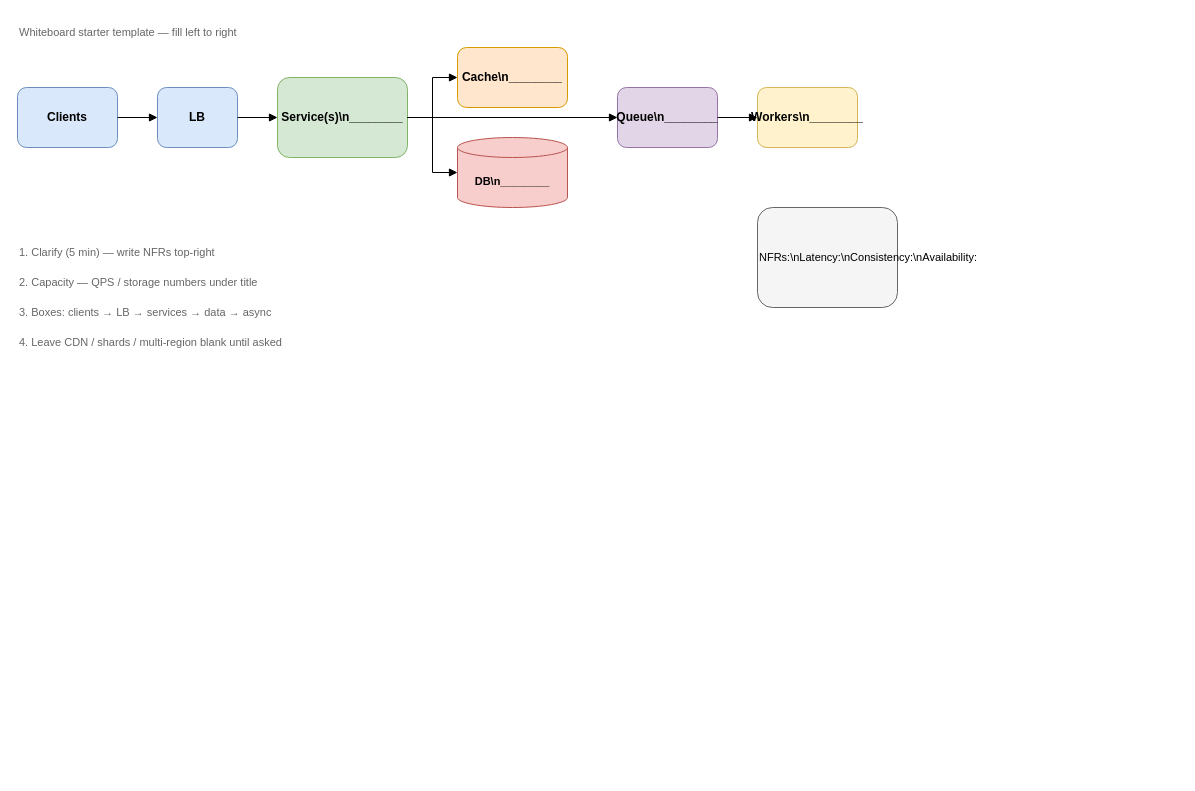
The draw.io diagram diagrams/whiteboard-starter-template.drawio in yazeedsawalha/system-design, before the edit. Source tidied: cells renumbered, new cells numbered last; positions are measured from the earlier drawing's top-left corner, leaving out a move shared by most shapes. Both pictures are drawn from the tidied source at 100%, with x=0, y=0 at pixel (17, 17).
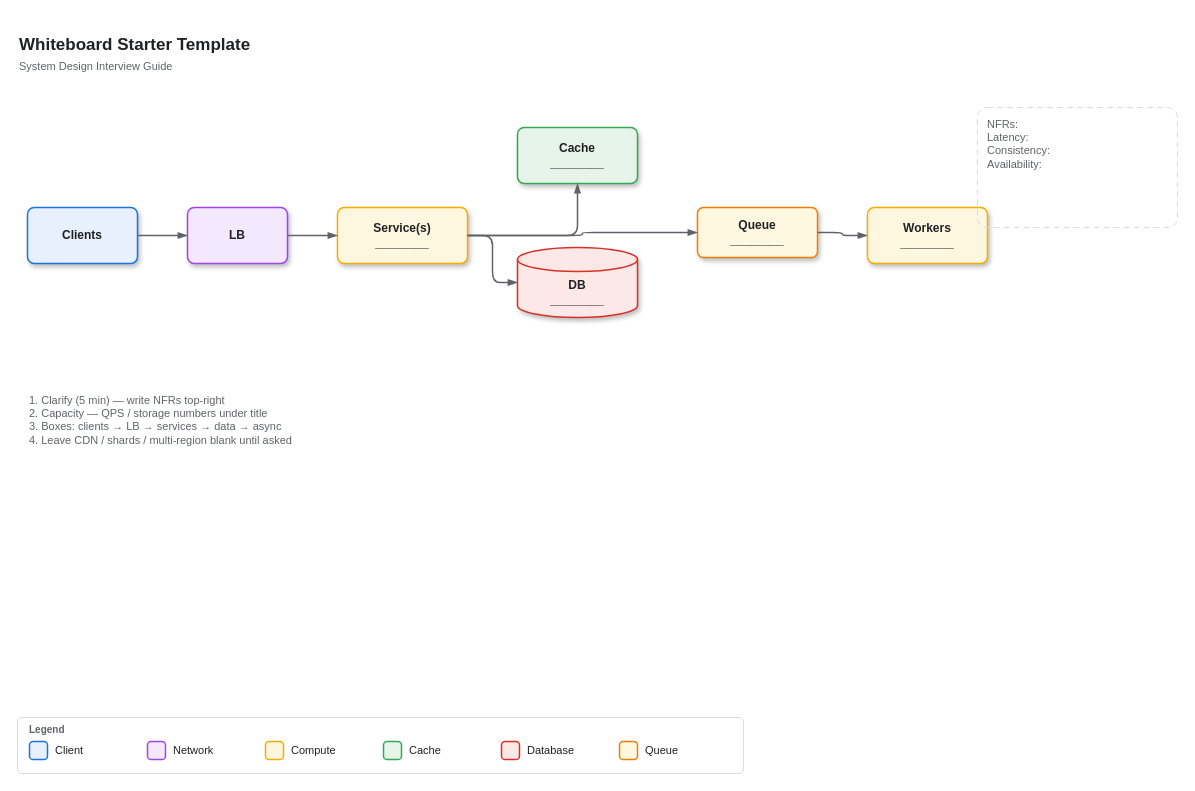
Above is the later version.

Change to the diagram source:
```diff
@@
-<mxGraphModel>
+<mxGraphModel background="#ffffff">
@@
-    <mxCell id="2" value="Whiteboard starter template — fill left to right" style="text;html=1;strokeColor=none;fillColor=none;align=left;verticalAlign=middle;whiteSpace=wrap;rounded=0;fontSize=11;fontColor=#666666;" parent="1" vertex="1">
-      <mxGeometry width="420" height="30" as="geometry" />
-    </mxCell>
+    <mxCell id="21" value="Whiteboard Starter Template" style="text;html=1;strokeColor=none;fillColor=none;align=left;verticalAlign=middle;whiteSpace=wrap;rounded=0;fontSize=17;fontStyle=1;fontFamily=Helvetica;fontColor=#202124;" parent="1" vertex="1">
+      <mxGeometry y="14" width="700" height="28" as="geometry" />
+    </mxCell>
+    <mxCell id="22" value="System Design Interview Guide" style="text;html=1;strokeColor=none;fillColor=none;align=left;verticalAlign=middle;whiteSpace=wrap;rounded=0;fontSize=11;fontFamily=Helvetica;fontColor=#5F6368;" parent="1" vertex="1">
+      <mxGeometry y="40" width="280" height="18" as="geometry" />
+    </mxCell>
-    <mxCell id="3" value="Clients" style="rounded=1;whiteSpace=wrap;html=1;fillColor=#dae8fc;strokeColor=#6c8ebf;fontStyle=1;fontSize=12;" parent="1" vertex="1">
-      <mxGeometry y="70" width="100" height="60" as="geometry" />
+    <mxCell id="3" value="Clients" style="rounded=1;whiteSpace=wrap;html=1;arcSize=12;fillColor=#E8F0FE;strokeColor=#1A73E8;strokeWidth=1.5;fontStyle=1;fontSize=12;fontFamily=Helvetica;fontColor=#202124;shadow=1;" parent="1" vertex="1">
+      <mxGeometry x="10" y="190" width="110" height="56" as="geometry" />
     </mxCell>
-    <mxCell id="4" value="LB" style="rounded=1;whiteSpace=wrap;html=1;fillColor=#dae8fc;strokeColor=#6c8ebf;fontStyle=1;fontSize=12;" parent="1" vertex="1">
-      <mxGeometry x="140" y="70" width="80" height="60" as="geometry" />
+    <mxCell id="4" value="LB" style="rounded=1;whiteSpace=wrap;html=1;arcSize=12;fillColor=#F3E8FD;strokeColor=#A142F4;strokeWidth=1.5;fontStyle=1;fontSize=12;fontFamily=Helvetica;fontColor=#202124;shadow=1;" parent="1" vertex="1">
+      <mxGeometry x="170" y="190" width="100" height="56" as="geometry" />
     </mxCell>
-    <mxCell id="5" value="Service(s)\n________" style="rounded=1;whiteSpace=wrap;html=1;fillColor=#d5e8d4;strokeColor=#82b366;fontStyle=1;fontSize=12;" parent="1" vertex="1">
-      <mxGeometry x="260" y="60" width="130" height="80" as="geometry" />
-    </mxCell>
-    <mxCell id="6" value="Cache\n________" style="rounded=1;whiteSpace=wrap;html=1;fillColor=#ffe6cc;strokeColor=#d79b00;fontStyle=1;fontSize=12;" parent="1" vertex="1">
-      <mxGeometry x="440" y="30" width="110" height="60" as="geometry" />
-    </mxCell>
-    <mxCell id="7" value="DB\n________" style="shape=cylinder3;whiteSpace=wrap;html=1;boundedLbl=1;backgroundOutline=1;size=10;fillColor=#f8cecc;strokeColor=#b85450;fontStyle=1;fontSize=11;" parent="1" vertex="1">
-      <mxGeometry x="440" y="120" width="110" height="70" as="geometry" />
-    </mxCell>
-    <mxCell id="8" value="Queue\n________" style="rounded=1;whiteSpace=wrap;html=1;fillColor=#e1d5e7;strokeColor=#9673a6;fontStyle=1;fontSize=12;" parent="1" vertex="1">
-      <mxGeometry x="600" y="70" width="100" height="60" as="geometry" />
-    </mxCell>
-    <mxCell id="9" value="Workers\n________" style="rounded=1;whiteSpace=wrap;html=1;fillColor=#fff2cc;strokeColor=#d6b656;fontStyle=1;fontSize=12;" parent="1" vertex="1">
-      <mxGeometry x="740" y="70" width="100" height="60" as="geometry" />
-    </mxCell>
-    <mxCell id="10" value="1. Clarify (5 min) — write NFRs top-right" style="text;html=1;strokeColor=none;fillColor=none;align=left;verticalAlign=middle;whiteSpace=wrap;rounded=0;fontSize=11;fontColor=#666666;" parent="1" vertex="1">
-      <mxGeometry y="220" width="360" height="30" as="geometry" />
-    </mxCell>
-    <mxCell id="11" value="2. Capacity — QPS / storage numbers under title" style="text;html=1;strokeColor=none;fillColor=none;align=left;verticalAlign=middle;whiteSpace=wrap;rounded=0;fontSize=11;fontColor=#666666;" parent="1" vertex="1">
-      <mxGeometry y="250" width="360" height="30" as="geometry" />
-    </mxCell>
-    <mxCell id="12" value="3. Boxes: clients → LB → services → data → async" style="text;html=1;strokeColor=none;fillColor=none;align=left;verticalAlign=middle;whiteSpace=wrap;rounded=0;fontSize=11;fontColor=#666666;" parent="1" vertex="1">
-      <mxGeometry y="280" width="380" height="30" as="geometry" />
-    </mxCell>
-    <mxCell id="13" value="4. Leave CDN / shards / multi-region blank until asked" style="text;html=1;strokeColor=none;fillColor=none;align=left;verticalAlign=middle;whiteSpace=wrap;rounded=0;fontSize=11;fontColor=#666666;" parent="1" vertex="1">
-      <mxGeometry y="310" width="400" height="30" as="geometry" />
-    </mxCell>
-    <mxCell id="14" value="NFRs:\nLatency:\nConsistency:\nAvailability:" style="rounded=1;whiteSpace=wrap;html=1;fillColor=#f5f5f5;strokeColor=#666666;align=left;fontSize=11;" parent="1" vertex="1">
-      <mxGeometry x="740" y="190" width="140" height="100" as="geometry" />
-    </mxCell>
+    <mxCell id="23" value="Service(s)&#10;________" style="rounded=1;whiteSpace=wrap;html=1;arcSize=12;fillColor=#FEF7E0;strokeColor=#F9AB00;strokeWidth=1.5;fontStyle=1;fontSize=12;fontFamily=Helvetica;fontColor=#202124;shadow=1;" parent="1" vertex="1">
+      <mxGeometry x="320" y="190" width="130" height="56" as="geometry" />
+    </mxCell>
+    <mxCell id="24" value="Cache&#10;________" style="rounded=1;whiteSpace=wrap;html=1;arcSize=12;fillColor=#E6F4EA;strokeColor=#34A853;strokeWidth=1.5;fontStyle=1;fontSize=12;fontFamily=Helvetica;fontColor=#202124;shadow=1;" parent="1" vertex="1">
+      <mxGeometry x="500" y="110" width="120" height="56" as="geometry" />
+    </mxCell>
+    <mxCell id="25" value="DB&#10;________" style="shape=cylinder3;whiteSpace=wrap;html=1;boundedLbl=1;backgroundOutline=1;size=12;fillColor=#FCE8E6;strokeColor=#D93025;strokeWidth=1.5;fontStyle=1;fontSize=12;fontFamily=Helvetica;fontColor=#202124;shadow=1;" parent="1" vertex="1">
+      <mxGeometry x="500" y="230" width="120" height="70" as="geometry" />
+    </mxCell>
+    <mxCell id="26" value="Queue&#10;________" style="rounded=1;whiteSpace=wrap;html=1;arcSize=12;fillColor=#FFF8E1;strokeColor=#F57C00;strokeWidth=1.5;fontStyle=1;fontSize=12;fontFamily=Helvetica;fontColor=#202124;shadow=1;" parent="1" vertex="1">
+      <mxGeometry x="680" y="190" width="120" height="50" as="geometry" />
+    </mxCell>
+    <mxCell id="27" value="Workers&#10;________" style="rounded=1;whiteSpace=wrap;html=1;arcSize=12;fillColor=#FEF7E0;strokeColor=#F9AB00;strokeWidth=1.5;fontStyle=1;fontSize=12;fontFamily=Helvetica;fontColor=#202124;shadow=1;" parent="1" vertex="1">
+      <mxGeometry x="850" y="190" width="120" height="56" as="geometry" />
+    </mxCell>
-    <mxCell id="15" style="edgeStyle=orthogonalEdgeStyle;rounded=0;jettySize=auto;html=1;endArrow=block;endFill=1;" parent="1" edge="1" source="3" target="4">
+    <mxCell id="15" style="edgeStyle=orthogonalEdgeStyle;rounded=1;jettySize=auto;html=1;endArrow=blockThin;endFill=1;strokeWidth=1.5;strokeColor=#5F6368;fontFamily=Helvetica;fontSize=10;fontColor=#5F6368;" parent="1" edge="1" source="3" target="4">
       <mxGeometry relative="1" as="geometry" />
     </mxCell>
-    <mxCell id="16" style="edgeStyle=orthogonalEdgeStyle;rounded=0;jettySize=auto;html=1;endArrow=block;endFill=1;" parent="1" edge="1" source="4" target="5">
-      <mxGeometry relative="1" as="geometry" />
-    </mxCell>
-    <mxCell id="17" style="edgeStyle=orthogonalEdgeStyle;rounded=0;jettySize=auto;html=1;endArrow=block;endFill=1;" parent="1" edge="1" source="5" target="6">
-      <mxGeometry relative="1" as="geometry" />
-    </mxCell>
-    <mxCell id="18" style="edgeStyle=orthogonalEdgeStyle;rounded=0;jettySize=auto;html=1;endArrow=block;endFill=1;" parent="1" edge="1" source="5" target="7">
-      <mxGeometry relative="1" as="geometry" />
-    </mxCell>
-    <mxCell id="19" style="edgeStyle=orthogonalEdgeStyle;rounded=0;jettySize=auto;html=1;endArrow=block;endFill=1;" parent="1" edge="1" source="5" target="8">
-      <mxGeometry relative="1" as="geometry" />
-    </mxCell>
-    <mxCell id="20" style="edgeStyle=orthogonalEdgeStyle;rounded=0;jettySize=auto;html=1;endArrow=block;endFill=1;" parent="1" edge="1" source="8" target="9">
-      <mxGeometry relative="1" as="geometry" />
-    </mxCell>
+    <mxCell id="28" style="edgeStyle=orthogonalEdgeStyle;rounded=1;jettySize=auto;html=1;endArrow=blockThin;endFill=1;strokeWidth=1.5;strokeColor=#5F6368;fontFamily=Helvetica;fontSize=10;fontColor=#5F6368;" parent="1" edge="1" source="4" target="23">
+      <mxGeometry relative="1" as="geometry" />
+    </mxCell>
+    <mxCell id="29" style="edgeStyle=orthogonalEdgeStyle;rounded=1;jettySize=auto;html=1;endArrow=blockThin;endFill=1;strokeWidth=1.5;strokeColor=#5F6368;fontFamily=Helvetica;fontSize=10;fontColor=#5F6368;" parent="1" edge="1" source="23" target="24">
+      <mxGeometry relative="1" as="geometry" />
+    </mxCell>
+    <mxCell id="30" style="edgeStyle=orthogonalEdgeStyle;rounded=1;jettySize=auto;html=1;endArrow=blockThin;endFill=1;strokeWidth=1.5;strokeColor=#5F6368;fontFamily=Helvetica;fontSize=10;fontColor=#5F6368;" parent="1" edge="1" source="23" target="25">
+      <mxGeometry relative="1" as="geometry" />
+    </mxCell>
+    <mxCell id="31" style="edgeStyle=orthogonalEdgeStyle;rounded=1;jettySize=auto;html=1;endArrow=blockThin;endFill=1;strokeWidth=1.5;strokeColor=#5F6368;fontFamily=Helvetica;fontSize=10;fontColor=#5F6368;" parent="1" edge="1" source="23" target="26">
+      <mxGeometry relative="1" as="geometry" />
+    </mxCell>
+    <mxCell id="32" style="edgeStyle=orthogonalEdgeStyle;rounded=1;jettySize=auto;html=1;endArrow=blockThin;endFill=1;strokeWidth=1.5;strokeColor=#5F6368;fontFamily=Helvetica;fontSize=10;fontColor=#5F6368;" parent="1" edge="1" source="26" target="27">
+      <mxGeometry relative="1" as="geometry" />
+    </mxCell>
+    <mxCell id="33" value="NFRs:&#10;Latency:&#10;Consistency:&#10;Availability:" style="rounded=1;whiteSpace=wrap;html=1;arcSize=8;fillColor=none;strokeColor=#DADCE0;strokeWidth=1;dashed=1;dashPattern=6 4;verticalAlign=top;fontStyle=0;fontSize=11;fontFamily=Helvetica;fontColor=#5F6368;align=left;spacingLeft=8;spacingTop=4;" parent="1" vertex="1">
+      <mxGeometry x="960" y="90" width="200" height="120" as="geometry" />
+    </mxCell>
+    <mxCell id="34" value="1. Clarify (5 min) — write NFRs top-right&#10;2. Capacity — QPS / storage numbers under title&#10;3. Boxes: clients → LB → services → data → async&#10;4. Leave CDN / shards / multi-region blank until asked" style="text;html=1;strokeColor=none;fillColor=none;align=left;verticalAlign=top;whiteSpace=wrap;rounded=0;fontSize=11;fontFamily=Helvetica;fontColor=#5F6368;" parent="1" vertex="1">
+      <mxGeometry x="10" y="370" width="620" height="90" as="geometry" />
+    </mxCell>
+    <mxCell id="35" style="rounded=1;whiteSpace=wrap;html=1;arcSize=8;fillColor=#FFFFFF;strokeColor=#DADCE0;strokeWidth=1;shadow=0;" parent="1" vertex="1">
+      <mxGeometry y="700" width="726" height="56" as="geometry" />
+    </mxCell>
+    <mxCell id="36" value="Legend" style="text;html=1;strokeColor=none;fillColor=none;align=left;verticalAlign=middle;fontSize=10;fontStyle=1;fontFamily=Helvetica;fontColor=#5F6368;" parent="1" vertex="1">
+      <mxGeometry x="10" y="704" width="60" height="16" as="geometry" />
+    </mxCell>
+    <mxCell id="37" style="rounded=1;whiteSpace=wrap;html=1;arcSize=20;fillColor=#E8F0FE;strokeColor=#1A73E8;strokeWidth=1.5;" parent="1" vertex="1">
+      <mxGeometry x="12" y="724" width="18" height="18" as="geometry" />
+    </mxCell>
+    <mxCell id="38" value="Client" style="text;html=1;strokeColor=none;fillColor=none;align=left;verticalAlign=middle;fontSize=11;fontFamily=Helvetica;fontColor=#202124;" parent="1" vertex="1">
+      <mxGeometry x="36" y="722" width="90" height="22" as="geometry" />
+    </mxCell>
+    <mxCell id="39" style="rounded=1;whiteSpace=wrap;html=1;arcSize=20;fillColor=#F3E8FD;strokeColor=#A142F4;strokeWidth=1.5;" parent="1" vertex="1">
+      <mxGeometry x="130" y="724" width="18" height="18" as="geometry" />
+    </mxCell>
+    <mxCell id="40" value="Network" style="text;html=1;strokeColor=none;fillColor=none;align=left;verticalAlign=middle;fontSize=11;fontFamily=Helvetica;fontColor=#202124;" parent="1" vertex="1">
+      <mxGeometry x="154" y="722" width="90" height="22" as="geometry" />
+    </mxCell>
+    <mxCell id="41" style="rounded=1;whiteSpace=wrap;html=1;arcSize=20;fillColor=#FEF7E0;strokeColor=#F9AB00;strokeWidth=1.5;" parent="1" vertex="1">
+      <mxGeometry x="248" y="724" width="18" height="18" as="geometry" />
+    </mxCell>
+    <mxCell id="42" value="Compute" style="text;html=1;strokeColor=none;fillColor=none;align=left;verticalAlign=middle;fontSize=11;fontFamily=Helvetica;fontColor=#202124;" parent="1" vertex="1">
+      <mxGeometry x="272" y="722" width="90" height="22" as="geometry" />
+    </mxCell>
+    <mxCell id="43" style="rounded=1;whiteSpace=wrap;html=1;arcSize=20;fillColor=#E6F4EA;strokeColor=#34A853;strokeWidth=1.5;" parent="1" vertex="1">
+      <mxGeometry x="366" y="724" width="18" height="18" as="geometry" />
+    </mxCell>
+    <mxCell id="44" value="Cache" style="text;html=1;strokeColor=none;fillColor=none;align=left;verticalAlign=middle;fontSize=11;fontFamily=Helvetica;fontColor=#202124;" parent="1" vertex="1">
+      <mxGeometry x="390" y="722" width="90" height="22" as="geometry" />
+    </mxCell>
+    <mxCell id="45" style="rounded=1;whiteSpace=wrap;html=1;arcSize=20;fillColor=#FCE8E6;strokeColor=#D93025;strokeWidth=1.5;" parent="1" vertex="1">
+      <mxGeometry x="484" y="724" width="18" height="18" as="geometry" />
+    </mxCell>
+    <mxCell id="46" value="Database" style="text;html=1;strokeColor=none;fillColor=none;align=left;verticalAlign=middle;fontSize=11;fontFamily=Helvetica;fontColor=#202124;" parent="1" vertex="1">
+      <mxGeometry x="508" y="722" width="90" height="22" as="geometry" />
+    </mxCell>
+    <mxCell id="47" style="rounded=1;whiteSpace=wrap;html=1;arcSize=20;fillColor=#FFF8E1;strokeColor=#F57C00;strokeWidth=1.5;" parent="1" vertex="1">
+      <mxGeometry x="602" y="724" width="18" height="18" as="geometry" />
+    </mxCell>
+    <mxCell id="48" value="Queue" style="text;html=1;strokeColor=none;fillColor=none;align=left;verticalAlign=middle;fontSize=11;fontFamily=Helvetica;fontColor=#202124;" parent="1" vertex="1">
+      <mxGeometry x="626" y="722" width="90" height="22" as="geometry" />
+    </mxCell>
```
